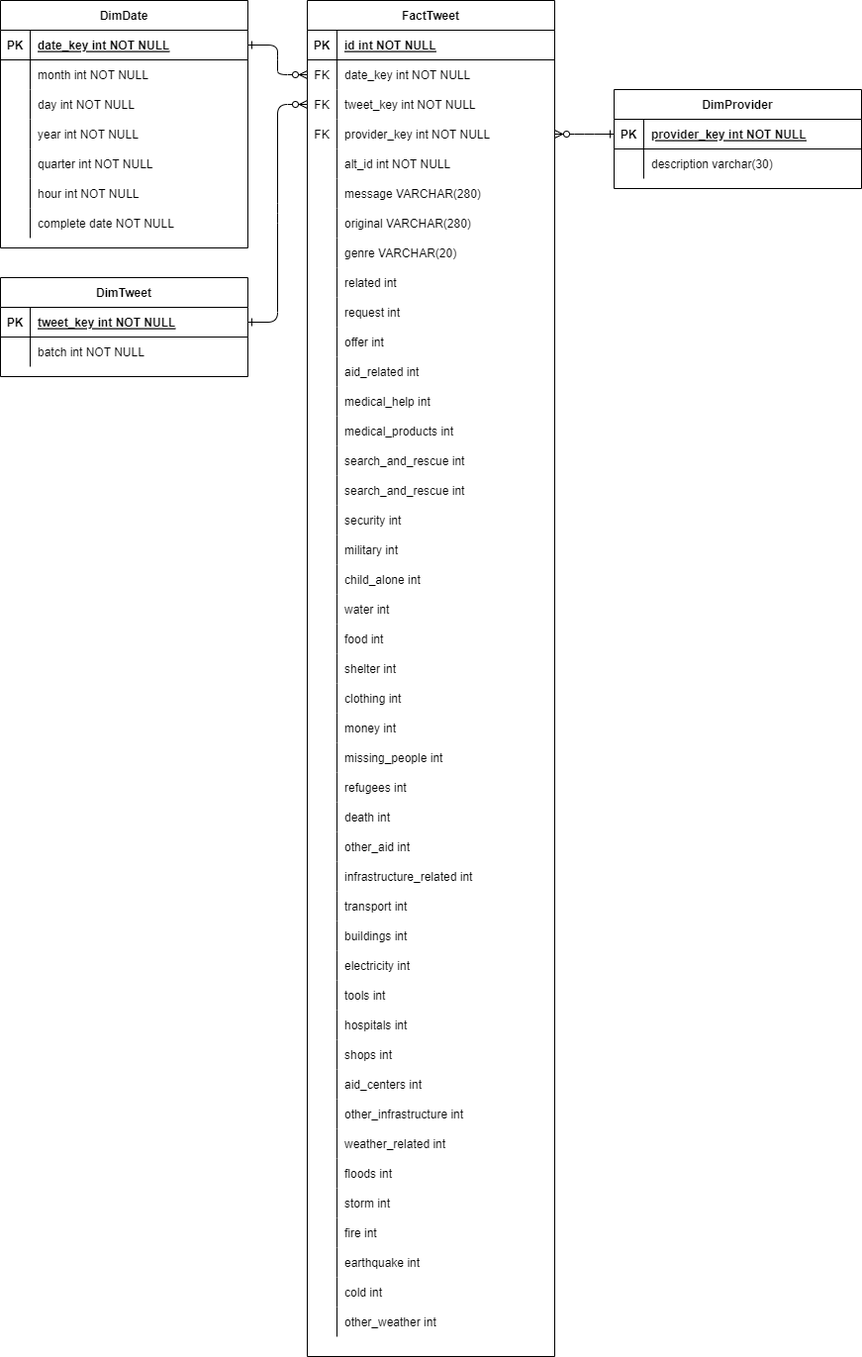
Above: diagram/shema diagram.drawio.png in lui91/Azure-ETL-pipeline (draw.io), before the change. Source tidied: cells renumbered, new cells last; positions are measured from the earlier drawing's top-left corner, leaving out a move shared by most shapes.
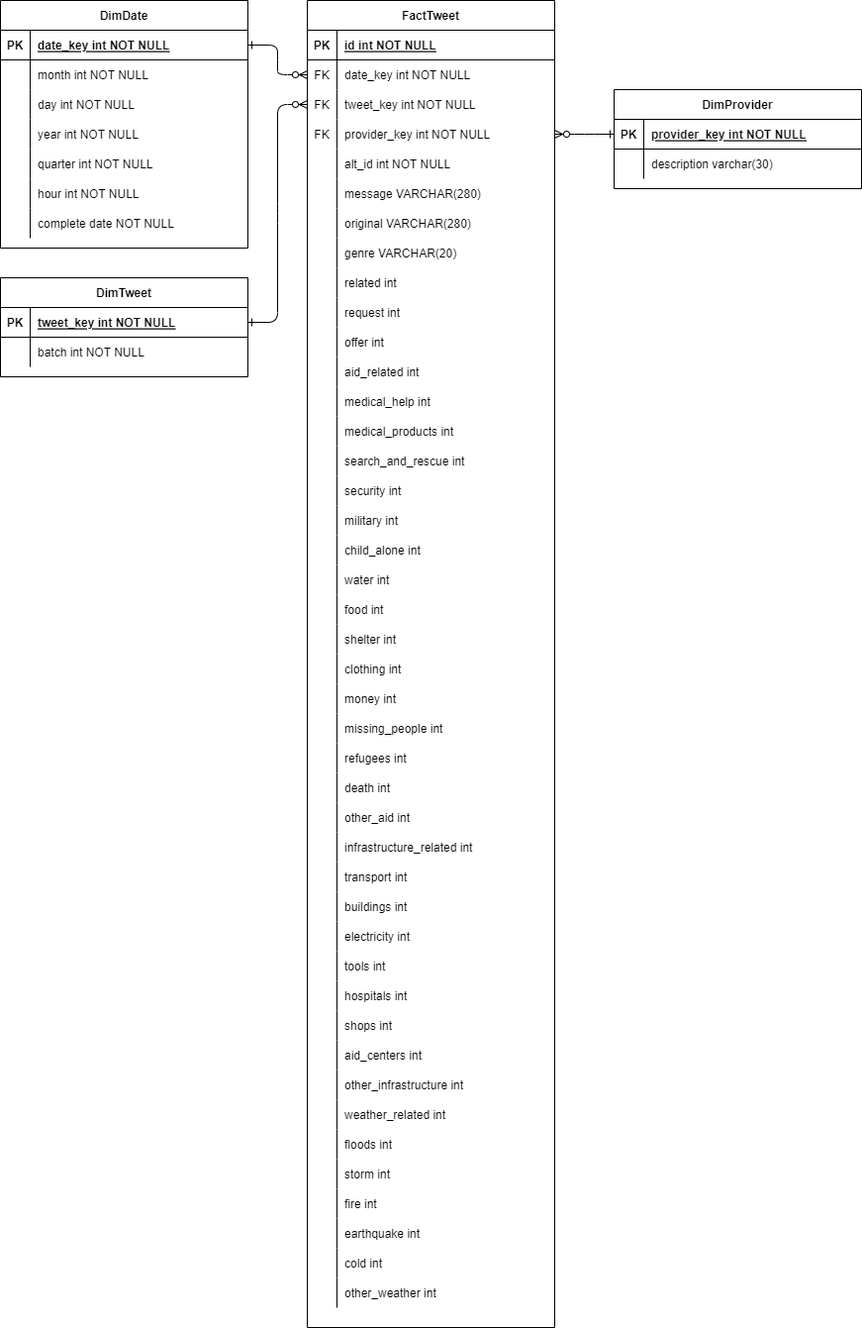
After the change.

The edit, as a diff of the source:
```diff
@@ -6,7 +6,7 @@
       <mxGeometry relative="1" as="geometry" />
     </mxCell>
     <mxCell id="3" value="FactTweet" style="shape=table;startSize=30;rowLines=0;fontStyle=1;align=center;" parent="1" vertex="1">
-      <mxGeometry x="310" width="250" height="1370" as="geometry" />
+      <mxGeometry x="310" width="250" height="1340" as="geometry" />
     </mxCell>
     <mxCell id="4" style="shape=partialRectangle;fillColor=none;top=0;left=0;right=0;bottom=1;" parent="3" vertex="1">
       <mxGeometry y="30" width="250" height="30" as="geometry" />
@@ -143,17 +143,8 @@
     <mxCell id="48" value="search_and_rescue int" style="shape=partialRectangle;overflow=hidden;fillColor=none;top=0;left=0;bottom=0;right=0;align=left;spacingLeft=6;" parent="46" vertex="1">
       <mxGeometry x="30" width="220" height="30" as="geometry" />
     </mxCell>
-    <mxCell id="49" style="shape=partialRectangle;fillColor=none;top=0;left=0;right=0;bottom=0;" parent="3" vertex="1">
-      <mxGeometry y="480" width="250" height="30" as="geometry" />
-    </mxCell>
-    <mxCell id="50" style="shape=partialRectangle;overflow=hidden;fillColor=none;top=0;left=0;bottom=0;right=0;" parent="49" vertex="1">
-      <mxGeometry width="30" height="30" as="geometry" />
-    </mxCell>
-    <mxCell id="51" value="search_and_rescue int" style="shape=partialRectangle;overflow=hidden;fillColor=none;top=0;left=0;bottom=0;right=0;align=left;spacingLeft=6;" parent="49" vertex="1">
-      <mxGeometry x="30" width="220" height="30" as="geometry" />
-    </mxCell>
     <mxCell id="52" style="shape=partialRectangle;fillColor=none;top=0;left=0;right=0;bottom=0;" parent="3" vertex="1">
-      <mxGeometry y="510" width="250" height="30" as="geometry" />
+      <mxGeometry y="480" width="250" height="30" as="geometry" />
     </mxCell>
     <mxCell id="53" style="shape=partialRectangle;overflow=hidden;fillColor=none;top=0;left=0;bottom=0;right=0;" parent="52" vertex="1">
       <mxGeometry width="30" height="30" as="geometry" />
@@ -162,7 +153,7 @@
       <mxGeometry x="30" width="220" height="30" as="geometry" />
     </mxCell>
     <mxCell id="55" style="shape=partialRectangle;fillColor=none;top=0;left=0;right=0;bottom=0;" parent="3" vertex="1">
-      <mxGeometry y="540" width="250" height="30" as="geometry" />
+      <mxGeometry y="510" width="250" height="30" as="geometry" />
     </mxCell>
     <mxCell id="56" style="shape=partialRectangle;overflow=hidden;fillColor=none;top=0;left=0;bottom=0;right=0;" parent="55" vertex="1">
       <mxGeometry width="30" height="30" as="geometry" />
@@ -171,7 +162,7 @@
       <mxGeometry x="30" width="220" height="30" as="geometry" />
     </mxCell>
     <mxCell id="58" style="shape=partialRectangle;fillColor=none;top=0;left=0;right=0;bottom=0;" parent="3" vertex="1">
-      <mxGeometry y="570" width="250" height="30" as="geometry" />
+      <mxGeometry y="540" width="250" height="30" as="geometry" />
     </mxCell>
     <mxCell id="59" style="shape=partialRectangle;overflow=hidden;fillColor=none;top=0;left=0;bottom=0;right=0;" parent="58" vertex="1">
       <mxGeometry width="30" height="30" as="geometry" />
@@ -180,7 +171,7 @@
       <mxGeometry x="30" width="220" height="30" as="geometry" />
     </mxCell>
     <mxCell id="61" style="shape=partialRectangle;fillColor=none;top=0;left=0;right=0;bottom=0;" parent="3" vertex="1">
-      <mxGeometry y="600" width="250" height="30" as="geometry" />
+      <mxGeometry y="570" width="250" height="30" as="geometry" />
     </mxCell>
     <mxCell id="62" style="shape=partialRectangle;overflow=hidden;fillColor=none;top=0;left=0;bottom=0;right=0;" parent="61" vertex="1">
       <mxGeometry width="30" height="30" as="geometry" />
@@ -189,7 +180,7 @@
       <mxGeometry x="30" width="220" height="30" as="geometry" />
     </mxCell>
     <mxCell id="64" style="shape=partialRectangle;fillColor=none;top=0;left=0;right=0;bottom=0;" parent="3" vertex="1">
-      <mxGeometry y="630" width="250" height="30" as="geometry" />
+      <mxGeometry y="600" width="250" height="30" as="geometry" />
     </mxCell>
     <mxCell id="65" style="shape=partialRectangle;overflow=hidden;fillColor=none;top=0;left=0;bottom=0;right=0;" parent="64" vertex="1">
       <mxGeometry width="30" height="30" as="geometry" />
@@ -198,7 +189,7 @@
       <mxGeometry x="30" width="220" height="30" as="geometry" />
     </mxCell>
     <mxCell id="67" style="shape=partialRectangle;fillColor=none;top=0;left=0;right=0;bottom=0;" parent="3" vertex="1">
-      <mxGeometry y="660" width="250" height="30" as="geometry" />
+      <mxGeometry y="630" width="250" height="30" as="geometry" />
     </mxCell>
     <mxCell id="68" style="shape=partialRectangle;overflow=hidden;fillColor=none;top=0;left=0;bottom=0;right=0;" parent="67" vertex="1">
       <mxGeometry width="30" height="30" as="geometry" />
@@ -207,7 +198,7 @@
       <mxGeometry x="30" width="220" height="30" as="geometry" />
     </mxCell>
     <mxCell id="70" style="shape=partialRectangle;fillColor=none;top=0;left=0;right=0;bottom=0;" parent="3" vertex="1">
-      <mxGeometry y="690" width="250" height="30" as="geometry" />
+      <mxGeometry y="660" width="250" height="30" as="geometry" />
     </mxCell>
     <mxCell id="71" style="shape=partialRectangle;overflow=hidden;fillColor=none;top=0;left=0;bottom=0;right=0;" parent="70" vertex="1">
       <mxGeometry width="30" height="30" as="geometry" />
@@ -216,7 +207,7 @@
       <mxGeometry x="30" width="220" height="30" as="geometry" />
     </mxCell>
     <mxCell id="73" style="shape=partialRectangle;fillColor=none;top=0;left=0;right=0;bottom=0;" parent="3" vertex="1">
-      <mxGeometry y="720" width="250" height="30" as="geometry" />
+      <mxGeometry y="690" width="250" height="30" as="geometry" />
     </mxCell>
     <mxCell id="74" style="shape=partialRectangle;overflow=hidden;fillColor=none;top=0;left=0;bottom=0;right=0;" parent="73" vertex="1">
       <mxGeometry width="30" height="30" as="geometry" />
@@ -225,7 +216,7 @@
       <mxGeometry x="30" width="220" height="30" as="geometry" />
     </mxCell>
     <mxCell id="76" style="shape=partialRectangle;fillColor=none;top=0;left=0;right=0;bottom=0;" parent="3" vertex="1">
-      <mxGeometry y="750" width="250" height="30" as="geometry" />
+      <mxGeometry y="720" width="250" height="30" as="geometry" />
     </mxCell>
     <mxCell id="77" style="shape=partialRectangle;overflow=hidden;fillColor=none;top=0;left=0;bottom=0;right=0;" parent="76" vertex="1">
       <mxGeometry width="30" height="30" as="geometry" />
@@ -234,7 +225,7 @@
       <mxGeometry x="30" width="220" height="30" as="geometry" />
     </mxCell>
     <mxCell id="79" style="shape=partialRectangle;fillColor=none;top=0;left=0;right=0;bottom=0;" parent="3" vertex="1">
-      <mxGeometry y="780" width="250" height="30" as="geometry" />
+      <mxGeometry y="750" width="250" height="30" as="geometry" />
     </mxCell>
     <mxCell id="80" style="shape=partialRectangle;overflow=hidden;fillColor=none;top=0;left=0;bottom=0;right=0;" parent="79" vertex="1">
       <mxGeometry width="30" height="30" as="geometry" />
@@ -243,7 +234,7 @@
       <mxGeometry x="30" width="220" height="30" as="geometry" />
     </mxCell>
     <mxCell id="82" style="shape=partialRectangle;fillColor=none;top=0;left=0;right=0;bottom=0;" parent="3" vertex="1">
-      <mxGeometry y="810" width="250" height="30" as="geometry" />
+      <mxGeometry y="780" width="250" height="30" as="geometry" />
     </mxCell>
     <mxCell id="83" style="shape=partialRectangle;overflow=hidden;fillColor=none;top=0;left=0;bottom=0;right=0;" parent="82" vertex="1">
       <mxGeometry width="30" height="30" as="geometry" />
@@ -252,7 +243,7 @@
       <mxGeometry x="30" width="220" height="30" as="geometry" />
     </mxCell>
     <mxCell id="85" style="shape=partialRectangle;fillColor=none;top=0;left=0;right=0;bottom=0;" parent="3" vertex="1">
-      <mxGeometry y="840" width="250" height="30" as="geometry" />
+      <mxGeometry y="810" width="250" height="30" as="geometry" />
     </mxCell>
     <mxCell id="86" style="shape=partialRectangle;overflow=hidden;fillColor=none;top=0;left=0;bottom=0;right=0;" parent="85" vertex="1">
       <mxGeometry width="30" height="30" as="geometry" />
@@ -261,7 +252,7 @@
       <mxGeometry x="30" width="220" height="30" as="geometry" />
     </mxCell>
     <mxCell id="88" style="shape=partialRectangle;fillColor=none;top=0;left=0;right=0;bottom=0;" parent="3" vertex="1">
-      <mxGeometry y="870" width="250" height="30" as="geometry" />
+      <mxGeometry y="840" width="250" height="30" as="geometry" />
     </mxCell>
     <mxCell id="89" style="shape=partialRectangle;overflow=hidden;fillColor=none;top=0;left=0;bottom=0;right=0;" parent="88" vertex="1">
       <mxGeometry width="30" height="30" as="geometry" />
@@ -270,7 +261,7 @@
       <mxGeometry x="30" width="220" height="30" as="geometry" />
     </mxCell>
     <mxCell id="91" style="shape=partialRectangle;fillColor=none;top=0;left=0;right=0;bottom=0;" parent="3" vertex="1">
-      <mxGeometry y="900" width="250" height="30" as="geometry" />
+      <mxGeometry y="870" width="250" height="30" as="geometry" />
     </mxCell>
     <mxCell id="92" style="shape=partialRectangle;overflow=hidden;fillColor=none;top=0;left=0;bottom=0;right=0;" parent="91" vertex="1">
       <mxGeometry width="30" height="30" as="geometry" />
@@ -279,7 +270,7 @@
       <mxGeometry x="30" width="220" height="30" as="geometry" />
     </mxCell>
     <mxCell id="94" style="shape=partialRectangle;fillColor=none;top=0;left=0;right=0;bottom=0;" parent="3" vertex="1">
-      <mxGeometry y="930" width="250" height="30" as="geometry" />
+      <mxGeometry y="900" width="250" height="30" as="geometry" />
     </mxCell>
     <mxCell id="95" style="shape=partialRectangle;overflow=hidden;fillColor=none;top=0;left=0;bottom=0;right=0;" parent="94" vertex="1">
       <mxGeometry width="30" height="30" as="geometry" />
@@ -288,7 +279,7 @@
       <mxGeometry x="30" width="220" height="30" as="geometry" />
     </mxCell>
     <mxCell id="97" style="shape=partialRectangle;fillColor=none;top=0;left=0;right=0;bottom=0;" parent="3" vertex="1">
-      <mxGeometry y="960" width="250" height="30" as="geometry" />
+      <mxGeometry y="930" width="250" height="30" as="geometry" />
     </mxCell>
     <mxCell id="98" style="shape=partialRectangle;overflow=hidden;fillColor=none;top=0;left=0;bottom=0;right=0;" parent="97" vertex="1">
       <mxGeometry width="30" height="30" as="geometry" />
@@ -297,7 +288,7 @@
       <mxGeometry x="30" width="220" height="30" as="geometry" />
     </mxCell>
     <mxCell id="100" style="shape=partialRectangle;fillColor=none;top=0;left=0;right=0;bottom=0;" parent="3" vertex="1">
-      <mxGeometry y="990" width="250" height="30" as="geometry" />
+      <mxGeometry y="960" width="250" height="30" as="geometry" />
     </mxCell>
     <mxCell id="101" style="shape=partialRectangle;overflow=hidden;fillColor=none;top=0;left=0;bottom=0;right=0;" parent="100" vertex="1">
       <mxGeometry width="30" height="30" as="geometry" />
@@ -306,7 +297,7 @@
       <mxGeometry x="30" width="220" height="30" as="geometry" />
     </mxCell>
     <mxCell id="103" style="shape=partialRectangle;fillColor=none;top=0;left=0;right=0;bottom=0;" parent="3" vertex="1">
-      <mxGeometry y="1020" width="250" height="30" as="geometry" />
+      <mxGeometry y="990" width="250" height="30" as="geometry" />
     </mxCell>
     <mxCell id="104" style="shape=partialRectangle;overflow=hidden;fillColor=none;top=0;left=0;bottom=0;right=0;" parent="103" vertex="1">
       <mxGeometry width="30" height="30" as="geometry" />
@@ -315,7 +306,7 @@
       <mxGeometry x="30" width="220" height="30" as="geometry" />
     </mxCell>
     <mxCell id="106" style="shape=partialRectangle;fillColor=none;top=0;left=0;right=0;bottom=0;" parent="3" vertex="1">
-      <mxGeometry y="1050" width="250" height="30" as="geometry" />
+      <mxGeometry y="1020" width="250" height="30" as="geometry" />
     </mxCell>
     <mxCell id="107" style="shape=partialRectangle;overflow=hidden;fillColor=none;top=0;left=0;bottom=0;right=0;" parent="106" vertex="1">
       <mxGeometry width="30" height="30" as="geometry" />
@@ -324,7 +315,7 @@
       <mxGeometry x="30" width="220" height="30" as="geometry" />
     </mxCell>
     <mxCell id="109" style="shape=partialRectangle;fillColor=none;top=0;left=0;right=0;bottom=0;" parent="3" vertex="1">
-      <mxGeometry y="1080" width="250" height="30" as="geometry" />
+      <mxGeometry y="1050" width="250" height="30" as="geometry" />
     </mxCell>
     <mxCell id="110" style="shape=partialRectangle;overflow=hidden;fillColor=none;top=0;left=0;bottom=0;right=0;" parent="109" vertex="1">
       <mxGeometry width="30" height="30" as="geometry" />
@@ -333,7 +324,7 @@
       <mxGeometry x="30" width="220" height="30" as="geometry" />
     </mxCell>
     <mxCell id="112" style="shape=partialRectangle;fillColor=none;top=0;left=0;right=0;bottom=0;" parent="3" vertex="1">
-      <mxGeometry y="1110" width="250" height="30" as="geometry" />
+      <mxGeometry y="1080" width="250" height="30" as="geometry" />
     </mxCell>
     <mxCell id="113" style="shape=partialRectangle;overflow=hidden;fillColor=none;top=0;left=0;bottom=0;right=0;" parent="112" vertex="1">
       <mxGeometry width="30" height="30" as="geometry" />
@@ -342,7 +333,7 @@
       <mxGeometry x="30" width="220" height="30" as="geometry" />
     </mxCell>
     <mxCell id="115" style="shape=partialRectangle;fillColor=none;top=0;left=0;right=0;bottom=0;" parent="3" vertex="1">
-      <mxGeometry y="1140" width="250" height="30" as="geometry" />
+      <mxGeometry y="1110" width="250" height="30" as="geometry" />
     </mxCell>
     <mxCell id="116" style="shape=partialRectangle;overflow=hidden;fillColor=none;top=0;left=0;bottom=0;right=0;" parent="115" vertex="1">
       <mxGeometry width="30" height="30" as="geometry" />
@@ -351,7 +342,7 @@
       <mxGeometry x="30" width="220" height="30" as="geometry" />
     </mxCell>
     <mxCell id="118" style="shape=partialRectangle;fillColor=none;top=0;left=0;right=0;bottom=0;" parent="3" vertex="1">
-      <mxGeometry y="1170" width="250" height="30" as="geometry" />
+      <mxGeometry y="1140" width="250" height="30" as="geometry" />
     </mxCell>
     <mxCell id="119" style="shape=partialRectangle;overflow=hidden;fillColor=none;top=0;left=0;bottom=0;right=0;" parent="118" vertex="1">
       <mxGeometry width="30" height="30" as="geometry" />
@@ -360,7 +351,7 @@
       <mxGeometry x="30" width="220" height="30" as="geometry" />
     </mxCell>
     <mxCell id="121" style="shape=partialRectangle;fillColor=none;top=0;left=0;right=0;bottom=0;" parent="3" vertex="1">
-      <mxGeometry y="1200" width="250" height="30" as="geometry" />
+      <mxGeometry y="1170" width="250" height="30" as="geometry" />
     </mxCell>
     <mxCell id="122" style="shape=partialRectangle;overflow=hidden;fillColor=none;top=0;left=0;bottom=0;right=0;" parent="121" vertex="1">
       <mxGeometry width="30" height="30" as="geometry" />
@@ -369,7 +360,7 @@
       <mxGeometry x="30" width="220" height="30" as="geometry" />
     </mxCell>
     <mxCell id="124" style="shape=partialRectangle;fillColor=none;top=0;left=0;right=0;bottom=0;" parent="3" vertex="1">
-      <mxGeometry y="1230" width="250" height="30" as="geometry" />
+      <mxGeometry y="1200" width="250" height="30" as="geometry" />
     </mxCell>
     <mxCell id="125" style="shape=partialRectangle;overflow=hidden;fillColor=none;top=0;left=0;bottom=0;right=0;" parent="124" vertex="1">
       <mxGeometry width="30" height="30" as="geometry" />
@@ -378,7 +369,7 @@
       <mxGeometry x="30" width="220" height="30" as="geometry" />
     </mxCell>
     <mxCell id="127" style="shape=partialRectangle;fillColor=none;top=0;left=0;right=0;bottom=0;" parent="3" vertex="1">
-      <mxGeometry y="1260" width="250" height="30" as="geometry" />
+      <mxGeometry y="1230" width="250" height="30" as="geometry" />
     </mxCell>
     <mxCell id="128" style="shape=partialRectangle;overflow=hidden;fillColor=none;top=0;left=0;bottom=0;right=0;" parent="127" vertex="1">
       <mxGeometry width="30" height="30" as="geometry" />
@@ -387,7 +378,7 @@
       <mxGeometry x="30" width="220" height="30" as="geometry" />
     </mxCell>
     <mxCell id="130" style="shape=partialRectangle;fillColor=none;top=0;left=0;right=0;bottom=0;" parent="3" vertex="1">
-      <mxGeometry y="1290" width="250" height="30" as="geometry" />
+      <mxGeometry y="1260" width="250" height="30" as="geometry" />
     </mxCell>
     <mxCell id="131" style="shape=partialRectangle;overflow=hidden;fillColor=none;top=0;left=0;bottom=0;right=0;" parent="130" vertex="1">
       <mxGeometry width="30" height="30" as="geometry" />
@@ -396,7 +387,7 @@
       <mxGeometry x="30" width="220" height="30" as="geometry" />
     </mxCell>
     <mxCell id="133" style="shape=partialRectangle;fillColor=none;top=0;left=0;right=0;bottom=0;" parent="3" vertex="1">
-      <mxGeometry y="1320" width="250" height="30" as="geometry" />
+      <mxGeometry y="1290" width="250" height="30" as="geometry" />
     </mxCell>
     <mxCell id="134" style="shape=partialRectangle;overflow=hidden;fillColor=none;top=0;left=0;bottom=0;right=0;" parent="133" vertex="1">
       <mxGeometry width="30" height="30" as="geometry" />
```
